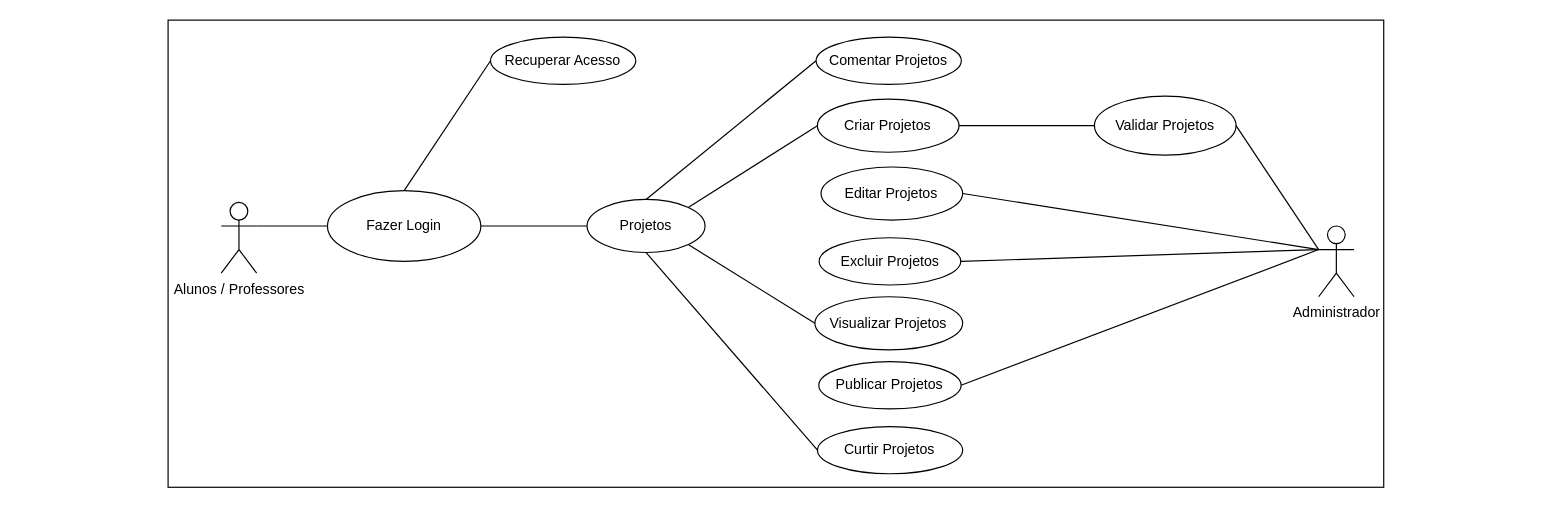
Above: page "Diagrama_Casos_de_Uso" (1 of 2) of docs/casosdeusoprojeto.drawio in JairC1999/SAPF (draw.io), before the change. Source tidied: cells renumbered, new cells numbered last; positions are measured from the earlier drawing's top-left corner, leaving out a move shared by most shapes. Both pictures are drawn from the tidied source at 118%, with x=0, y=0 at pixel (221, -355).
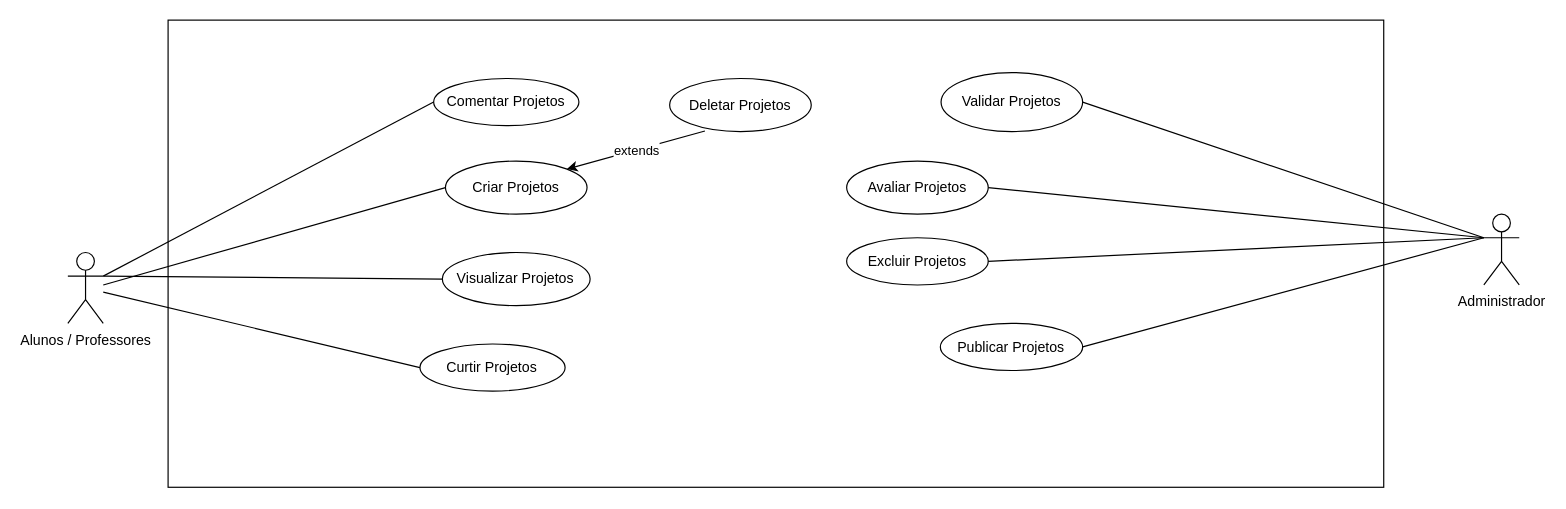
The same diagram, later.

The edit, as a diff of the source:
```diff
@@
     <mxCell id="3" value="Alunos / Professores" style="shape=umlActor;verticalLabelPosition=bottom;verticalAlign=top;html=1;outlineConnect=0;" parent="1" vertex="1">
-      <mxGeometry y="472" width="30" height="60" as="geometry" />
+      <mxGeometry x="-130" y="514.5" width="30" height="60" as="geometry" />
     </mxCell>
     <mxCell id="4" value="Excluir Projetos" style="ellipse;whiteSpace=wrap;html=1;" parent="1" vertex="1">
-      <mxGeometry x="506.7" y="502" width="120" height="40" as="geometry" />
+      <mxGeometry x="530" y="502" width="120" height="40" as="geometry" />
     </mxCell>
-    <mxCell id="5" value="Editar Projetos" style="ellipse;whiteSpace=wrap;html=1;" parent="1" vertex="1">
-      <mxGeometry x="508.3" y="442" width="120" height="45" as="geometry" />
+    <mxCell id="5" value="Avaliar Projetos" style="ellipse;whiteSpace=wrap;html=1;" parent="1" vertex="1">
+      <mxGeometry x="530" y="437" width="120" height="45" as="geometry" />
     </mxCell>
     <mxCell id="6" value="Criar Projetos" style="ellipse;whiteSpace=wrap;html=1;" parent="1" vertex="1">
-      <mxGeometry x="505.2" y="384.5" width="120" height="45" as="geometry" />
+      <mxGeometry x="190" y="437" width="120" height="45" as="geometry" />
     </mxCell>
     <mxCell id="7" value="Publicar Projetos" style="ellipse;whiteSpace=wrap;html=1;" parent="1" vertex="1">
-      <mxGeometry x="506.4" y="607" width="120.6" height="40" as="geometry" />
+      <mxGeometry x="609.4" y="574.5" width="120.6" height="40" as="geometry" />
     </mxCell>
-    <mxCell id="8" style="endArrow=none;html=1;exitX=1;exitY=0.3333333333333333;exitDx=0;exitDy=0;exitPerimeter=0;entryX=0;entryY=0.5;entryDx=0;entryDy=0;" parent="1" edge="1" source="3" target="9">
-      <mxGeometry relative="1" as="geometry" />
-    </mxCell>
-    <mxCell id="9" value="Fazer Login" style="ellipse;whiteSpace=wrap;html=1;" parent="1" vertex="1">
-      <mxGeometry x="90" y="462" width="130" height="60" as="geometry" />
-    </mxCell>
-    <mxCell id="10" value="Recuperar Acesso" style="ellipse;whiteSpace=wrap;html=1;" parent="1" vertex="1">
-      <mxGeometry x="228.2" y="332" width="123.1" height="40" as="geometry" />
-    </mxCell>
     <mxCell id="11" value="Administrador" style="shape=umlActor;verticalLabelPosition=bottom;verticalAlign=top;html=1;outlineConnect=0;" parent="1" vertex="1">
-      <mxGeometry x="930" y="492" width="30" height="60" as="geometry" />
+      <mxGeometry x="1070" y="482" width="30" height="60" as="geometry" />
     </mxCell>
     <mxCell id="12" value="Validar Projetos" style="ellipse;whiteSpace=wrap;html=1;" parent="1" vertex="1">
-      <mxGeometry x="740" y="382" width="120" height="50" as="geometry" />
+      <mxGeometry x="610" y="362" width="120" height="50" as="geometry" />
     </mxCell>
@@
     <mxCell id="16" value="Visualizar Projetos" style="ellipse;whiteSpace=wrap;html=1;" parent="1" vertex="1">
-      <mxGeometry x="503.1" y="552" width="125.2" height="45" as="geometry" />
+      <mxGeometry x="187.4" y="514.5" width="125.2" height="45" as="geometry" />
     </mxCell>
@@
     <mxCell id="18" value="Comentar Projetos" style="ellipse;whiteSpace=wrap;html=1;" parent="1" vertex="1">
-      <mxGeometry x="504.1" y="332" width="123.1" height="40" as="geometry" />
+      <mxGeometry x="180" y="367" width="123.1" height="40" as="geometry" />
     </mxCell>
     <mxCell id="19" value="Curtir Projetos" style="ellipse;whiteSpace=wrap;html=1;" parent="1" vertex="1">
-      <mxGeometry x="505.3" y="662" width="123" height="40" as="geometry" />
+      <mxGeometry x="168.4" y="592" width="123" height="40" as="geometry" />
     </mxCell>
-    <mxCell id="20" value="Projetos" style="ellipse;whiteSpace=wrap;html=1;" parent="1" vertex="1">
-      <mxGeometry x="310" y="469.5" width="100" height="45" as="geometry" />
-    </mxCell>
-    <mxCell id="21" style="endArrow=none;html=1;exitX=1;exitY=0;exitDx=0;exitDy=0;entryX=0;entryY=0.5;entryDx=0;entryDy=0;" parent="1" edge="1" source="20" target="6">
-      <mxGeometry relative="1" as="geometry" />
+    <mxCell id="21" style="endArrow=none;html=1;entryX=0;entryY=0.5;entryDx=0;entryDy=0;" parent="1" edge="1" target="6">
+      <mxGeometry relative="1" as="geometry">
+        <mxPoint x="-100" y="542" as="sourcePoint" />
+      </mxGeometry>
     </mxCell>
-    <mxCell id="22" style="endArrow=none;html=1;exitX=1;exitY=0.5;exitDx=0;exitDy=0;entryX=0;entryY=0.5;entryDx=0;entryDy=0;" parent="1" edge="1" source="9" target="20">
-      <mxGeometry relative="1" as="geometry" />
-    </mxCell>
-    <mxCell id="23" style="endArrow=none;html=1;exitX=0.5;exitY=0;exitDx=0;exitDy=0;entryX=0;entryY=0.5;entryDx=0;entryDy=0;" parent="1" edge="1" source="9" target="10">
-      <mxGeometry relative="1" as="geometry" />
-    </mxCell>
-    <mxCell id="24" style="endArrow=none;html=1;exitX=0.5;exitY=0;exitDx=0;exitDy=0;entryX=0;entryY=0.5;entryDx=0;entryDy=0;" parent="1" edge="1" source="20" target="18">
+    <mxCell id="24" style="endArrow=none;html=1;exitX=1;exitY=0.3333333333333333;exitDx=0;exitDy=0;entryX=0;entryY=0.5;entryDx=0;entryDy=0;exitPerimeter=0;" parent="1" edge="1" source="3" target="18">
       <mxGeometry relative="1" as="geometry" />
     </mxCell>
-    <mxCell id="25" style="endArrow=none;html=1;exitX=0.5;exitY=1;exitDx=0;exitDy=0;entryX=0;entryY=0.5;entryDx=0;entryDy=0;" parent="1" edge="1" source="20" target="19">
+    <mxCell id="25" style="endArrow=none;html=1;entryX=0;entryY=0.5;entryDx=0;entryDy=0;" parent="1" edge="1" source="3" target="19">
       <mxGeometry relative="1" as="geometry" />
     </mxCell>
-    <mxCell id="26" style="endArrow=none;html=1;exitX=1;exitY=1;exitDx=0;exitDy=0;entryX=0;entryY=0.5;entryDx=0;entryDy=0;" parent="1" edge="1" source="20" target="16">
+    <mxCell id="26" style="endArrow=none;html=1;exitX=1;exitY=0.3333333333333333;exitDx=0;exitDy=0;entryX=0;entryY=0.5;entryDx=0;entryDy=0;exitPerimeter=0;" parent="1" edge="1" source="3" target="16">
       <mxGeometry relative="1" as="geometry" />
     </mxCell>
-    <mxCell id="27" style="endArrow=none;html=1;exitX=1;exitY=0.5;exitDx=0;exitDy=0;entryX=0;entryY=0.5;entryDx=0;entryDy=0;" parent="1" edge="1" source="6" target="12">
-      <mxGeometry relative="1" as="geometry" />
-    </mxCell>
+    <mxCell id="28" value="Deletar Projetos" style="ellipse;whiteSpace=wrap;html=1;" parent="1" vertex="1">
+      <mxGeometry x="380" y="367" width="120" height="45" as="geometry" />
+    </mxCell>
+    <mxCell id="29" style="endArrow=classic;html=1;exitX=0.249;exitY=0.989;exitDx=0;exitDy=0;exitPerimeter=0;entryX=1;entryY=0;entryDx=0;entryDy=0;" parent="1" edge="1" source="28" target="6">
+      <mxGeometry relative="1" as="geometry" />
+    </mxCell>
+    <mxCell id="30" value="extends" style="edgeLabel;html=1;align=center;verticalAlign=middle;" parent="29" vertex="1">
+      <mxGeometry relative="1" as="geometry" />
+    </mxCell>
```
